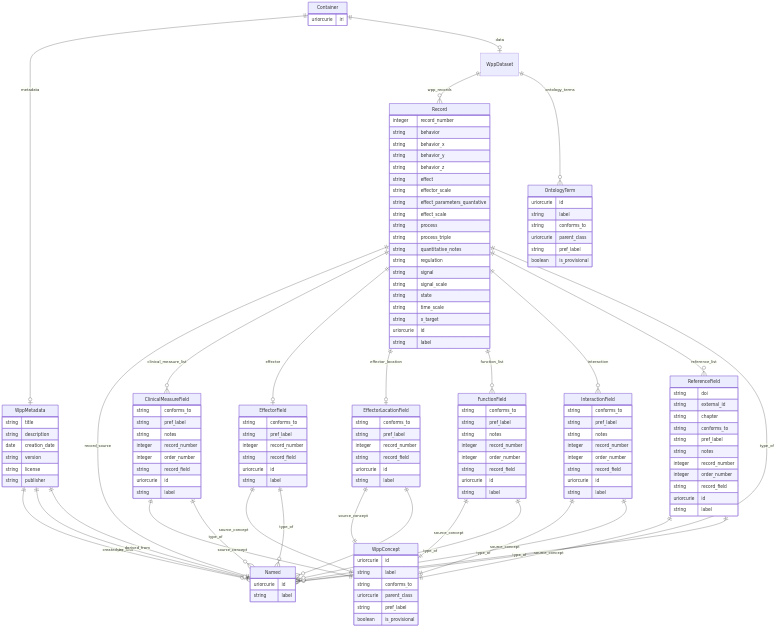
This is digital-objects/schema/wpp/draft/raw/schema.png from wholepersonproject/wpp-kg, a Mermaid export, as it was before one commit. Its source is kept beside it as digital-objects/schema/wpp/draft/raw/schema.mmd.
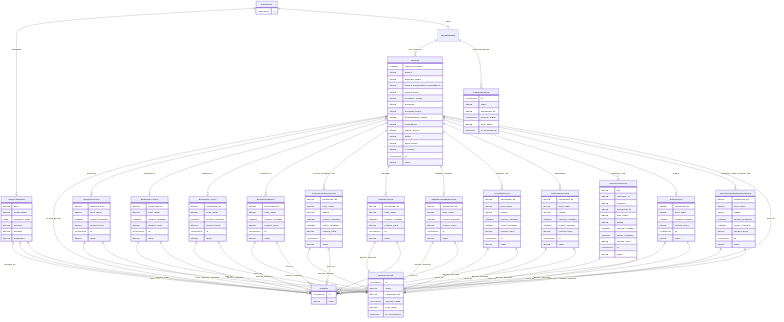
Later version of the same file.

Change to the diagram source:
```diff
@@ -15,19 +15,15 @@
 }
 Record {
     integer record_number
-    string behavior
-    string behavior_x
-    string behavior_y
-    string behavior_z
     string effect
     string effector_scale
     string effect_parameters_quantative
     string effect_scale
+    string function_notes
     string process
     string process_triple
     string quantitative_notes
     string regulation
-    string signal
     string signal_scale
     string state
     string time_scale
@@ -39,10 +35,7 @@
     uriorcurie id
     string label
 }
-ReferenceField {
-    string doi
-    string external_id
-    string chapter
+CommonDataElementField {
     string conforms_to
     string pref_label
     string notes
@@ -59,6 +52,27 @@
     uriorcurie parent_class
     string pref_label
     boolean is_provisional
+}
+SignalField {
+    string conforms_to
+    string pref_label
+    integer record_number
+    string record_field
+    uriorcurie id
+    string label
+}
+ReferenceField {
+    string doi
+    string external_id
+    string chapter
+    string conforms_to
+    string pref_label
+    string notes
+    integer record_number
+    integer order_number
+    string record_field
+    uriorcurie id
+    string label
 }
 InteractionField {
     string conforms_to
@@ -106,6 +120,38 @@
     uriorcurie id
     string label
 }
+BehaviorZField {
+    string conforms_to
+    string pref_label
+    integer record_number
+    string record_field
+    uriorcurie id
+    string label
+}
+BehaviorYField {
+    string conforms_to
+    string pref_label
+    integer record_number
+    string record_field
+    uriorcurie id
+    string label
+}
+BehaviorXField {
+    string conforms_to
+    string pref_label
+    integer record_number
+    string record_field
+    uriorcurie id
+    string label
+}
+BehaviorField {
+    string conforms_to
+    string pref_label
+    integer record_number
+    string record_field
+    uriorcurie id
+    string label
+}
 WppMetadata {
     string title
     string description
@@ -120,13 +166,23 @@
 WppDataset ||--}o Record : "wpp_records"
 WppDataset ||--}o OntologyTerm : "ontology_terms"
 Record ||--|| Named : "record_source"
+Record ||--|o BehaviorField : "behavior"
+Record ||--|o BehaviorXField : "behavior_x"
+Record ||--|o BehaviorYField : "behavior_y"
+Record ||--|o BehaviorZField : "behavior_z"
 Record ||--}o ClinicalMeasureField : "clinical_measure_list"
 Record ||--|o EffectorField : "effector"
 Record ||--|o EffectorLocationField : "effector_location"
 Record ||--}o FunctionField : "function_list"
 Record ||--}o InteractionField : "interaction"
 Record ||--}o ReferenceField : "reference_list"
+Record ||--|o SignalField : "signal"
+Record ||--}o CommonDataElementField : "common_data_element_list"
 Record ||--}o Named : "type_of"
+CommonDataElementField ||--|| WppConcept : "source_concept"
+CommonDataElementField ||--}o Named : "type_of"
+SignalField ||--|| WppConcept : "source_concept"
+SignalField ||--}o Named : "type_of"
 ReferenceField ||--|| WppConcept : "source_concept"
 ReferenceField ||--}o Named : "type_of"
 InteractionField ||--|| WppConcept : "source_concept"
@@ -139,6 +195,14 @@
 EffectorField ||--}o Named : "type_of"
 ClinicalMeasureField ||--|| WppConcept : "source_concept"
 ClinicalMeasureField ||--}o Named : "type_of"
+BehaviorZField ||--|| WppConcept : "source_concept"
+BehaviorZField ||--}o Named : "type_of"
+BehaviorYField ||--|| WppConcept : "source_concept"
+BehaviorYField ||--}o Named : "type_of"
+BehaviorXField ||--|| WppConcept : "source_concept"
+BehaviorXField ||--}o Named : "type_of"
+BehaviorField ||--|| WppConcept : "source_concept"
+BehaviorField ||--}o Named : "type_of"
 WppMetadata ||--}o Named : "created_by"
 WppMetadata ||--|o Named : "see_also"
 WppMetadata ||--|o Named : "derived_from"
```
